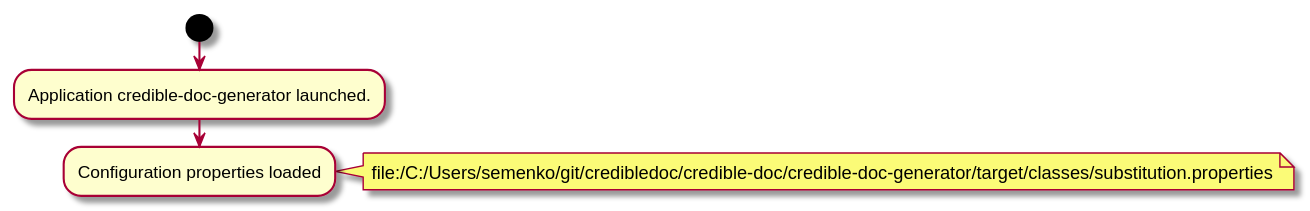
Earlier version of the PlantUML export credible-doc-generator/doc/img/diagrams.md_1.svg (credibledoc/credible-doc). The source it was exported from:
```plantuml
@startuml
start
:Application credible-doc-generator launched.;

:Configuration properties loaded;
note right
file:/C:/Users/semenko/git/credibledoc/credible-doc/credible-doc-generator/target/classes/substitution.properties
end note

@enduml
```
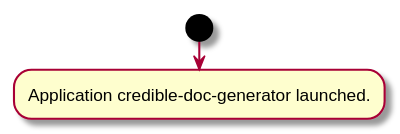
Later version of the same file.

Diff of the diagram source:
```diff
@@ -2,9 +2,4 @@
 start
 :Application credible-doc-generator launched.;
 
-:Configuration properties loaded;
-note right
-file:/C:/Users/semenko/git/credibledoc/credible-doc/credible-doc-generator/target/classes/substitution.properties
-end note
-
 @enduml
```
